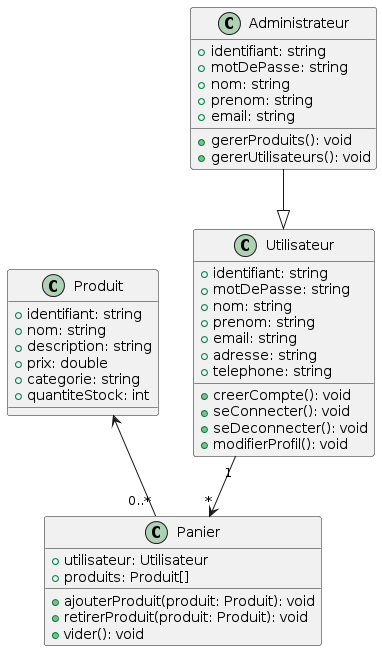
Before: classe.png, a diagram exported from PlantUML (badexa/Project-Synthese). The source it was exported from:
```plantuml
@startuml
class Utilisateur {
  + identifiant: string
  + motDePasse: string
  + nom: string
  + prenom: string
  + email: string
  + adresse: string
  + telephone: string
  + creerCompte(): void
  + seConnecter(): void
  + seDeconnecter(): void
  + modifierProfil(): void
}

class Administrateur {
  + identifiant: string
  + motDePasse: string
  + nom: string
  + prenom: string
  + email: string
  + gererProduits(): void
  + gererUtilisateurs(): void
}

class Produit {
  + identifiant: string
  + nom: string
  + description: string
  + prix: double
  + categorie: string
  + quantiteStock: int
}

class Panier {
  + utilisateur: Utilisateur
  + produits: Produit[]
  + ajouterProduit(produit: Produit): void
  + retirerProduit(produit: Produit): void
  + vider(): void
}

Utilisateur "1" --> "*" Panier
Administrateur --|> Utilisateur
Produit <-- "0..*" Panier
@enduml
```
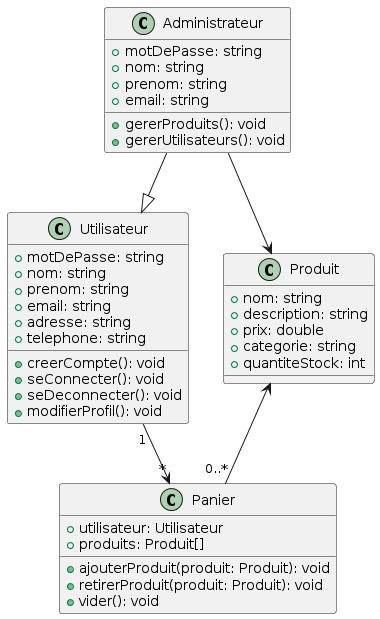
Above is the later version.

Change to the diagram source:
```diff
@@ -1,6 +1,5 @@
 @startuml
 class Utilisateur {
-  + identifiant: string
   + motDePasse: string
   + nom: string
   + prenom: string
@@ -14,17 +13,16 @@
 }
 
 class Administrateur {
-  + identifiant: string
   + motDePasse: string
   + nom: string
   + prenom: string
   + email: string
   + gererProduits(): void
   + gererUtilisateurs(): void
+
 }
 
 class Produit {
-  + identifiant: string
   + nom: string
   + description: string
   + prix: double
@@ -43,4 +41,5 @@
 Utilisateur "1" --> "*" Panier
 Administrateur --|> Utilisateur
 Produit <-- "0..*" Panier
+Administrateur --> Produit
 @enduml
```
